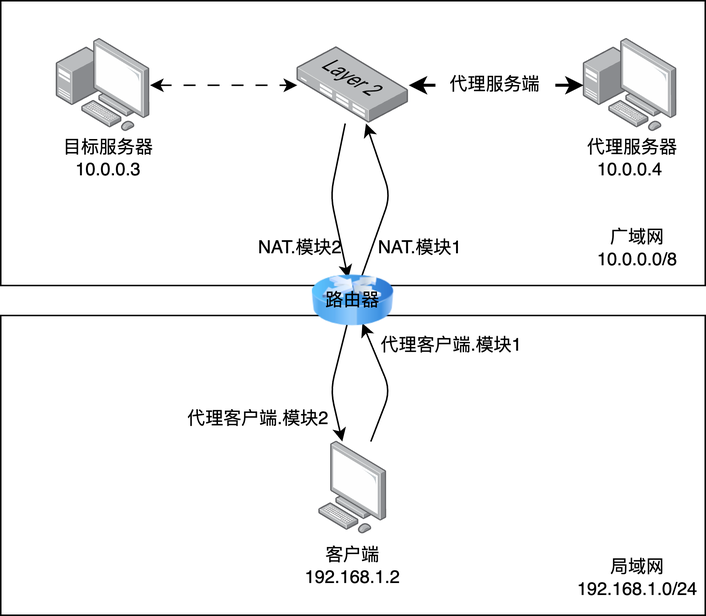
Above: proxy_pos.png in N2Sys-EDU/Lab3-Documentation (draw.io), before the change. Source tidied: cells renumbered, new cells last; positions are measured from the earlier drawing's top-left corner, leaving out a move shared by most shapes.
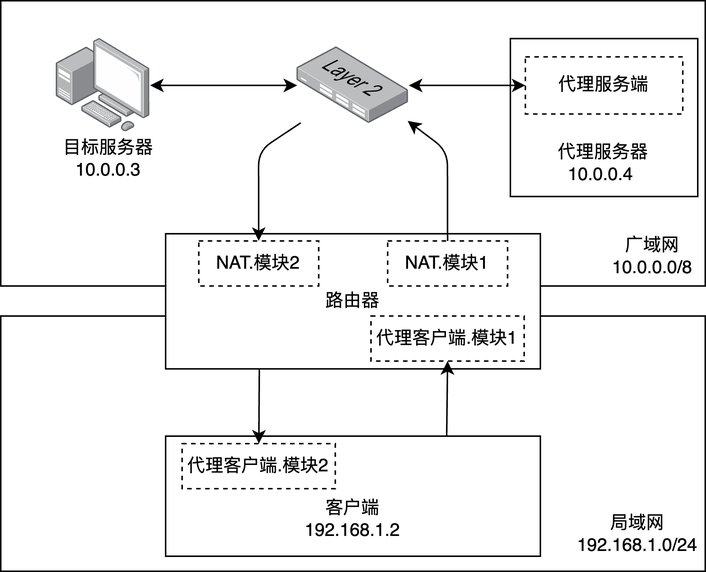
Later version of the same file.

The edit, as a diff of the source:
```diff
@@ -5,93 +5,79 @@
     <mxCell id="2" style="rounded=0;whiteSpace=wrap;html=1;" parent="1" vertex="1">
       <mxGeometry width="470" height="190" as="geometry" />
     </mxCell>
-    <mxCell id="3" style="rounded=0;whiteSpace=wrap;html=1;" parent="1" vertex="1">
-      <mxGeometry y="210" width="470" height="200" as="geometry" />
+    <mxCell id="3" value="z" style="rounded=0;whiteSpace=wrap;html=1;" parent="1" vertex="1">
+      <mxGeometry y="210" width="470" height="170" as="geometry" />
     </mxCell>
-    <mxCell id="4" style="points=[];html=1;align=center;shadow=0;dashed=0;image;image=img/lib/allied_telesis/computer_and_terminals/Personal_Computer.svg;" parent="1" vertex="1">
-      <mxGeometry x="212.2" y="294.1" width="45.6" height="61.8" as="geometry" />
-    </mxCell>
-    <mxCell id="5" value="客户端&lt;br&gt;192.168.1.2" style="text;html=1;strokeColor=none;fillColor=none;align=center;verticalAlign=middle;whiteSpace=wrap;rounded=0;" parent="1" vertex="1">
-      <mxGeometry x="195" y="361.8" width="80" height="30" as="geometry" />
-    </mxCell>
     <mxCell id="6" value="局域网&lt;br&gt;192.168.1.0/24" style="text;html=1;strokeColor=none;fillColor=none;align=center;verticalAlign=middle;whiteSpace=wrap;rounded=0;" parent="1" vertex="1">
-      <mxGeometry x="395" y="370" width="60" height="30" as="geometry" />
+      <mxGeometry x="395" y="340" width="60" height="30" as="geometry" />
     </mxCell>
     <mxCell id="7" value="广域网&lt;br&gt;10.0.0.0/8" style="text;html=1;strokeColor=none;fillColor=none;align=center;verticalAlign=middle;whiteSpace=wrap;rounded=0;" parent="1" vertex="1">
-      <mxGeometry x="395" y="150.4" width="60" height="30" as="geometry" />
+      <mxGeometry x="405" y="155.2" width="60" height="30" as="geometry" />
     </mxCell>
     <mxCell id="8" style="points=[];html=1;align=center;shadow=0;dashed=0;image;image=img/lib/allied_telesis/computer_and_terminals/Personal_Computer_with_Server.svg;" parent="1" vertex="1">
       <mxGeometry x="37.2" y="25.2" width="62.4" height="62.4" as="geometry" />
     </mxCell>
-    <mxCell id="9" style="points=[];html=1;align=center;shadow=0;dashed=0;image;image=img/lib/allied_telesis/computer_and_terminals/Personal_Computer_with_Server.svg;" parent="1" vertex="1">
-      <mxGeometry x="388.8" y="25.2" width="62.4" height="62.4" as="geometry" />
-    </mxCell>
-    <mxCell id="10" style="endArrow=classic;startArrow=classic;html=1;dashed=1;dashPattern=8 8;" parent="1" edge="1" source="8" target="14">
+    <mxCell id="10" style="endArrow=classic;startArrow=classic;html=1;" parent="1" edge="1" source="8" target="14">
       <mxGeometry relative="1" as="geometry" />
     </mxCell>
     <mxCell id="11" value="目标服务器10.0.0.3" style="text;html=1;strokeColor=none;fillColor=none;align=center;verticalAlign=middle;whiteSpace=wrap;rounded=0;" parent="1" vertex="1">
       <mxGeometry x="37.2" y="90" width="70" height="30" as="geometry" />
     </mxCell>
+    <mxCell id="14" style="points=[];html=1;align=center;shadow=0;dashed=0;image;image=img/lib/allied_telesis/switch/Switch_24_port_L2.svg;" parent="1" vertex="1">
+      <mxGeometry x="197.8" y="30.9" width="74.4" height="51" as="geometry" />
+    </mxCell>
+    <mxCell id="25" value="路由器" style="rounded=0;whiteSpace=wrap;html=1;" parent="1" vertex="1">
+      <mxGeometry x="110" y="155.2" width="250" height="90" as="geometry" />
+    </mxCell>
+    <mxCell id="19" value="NAT.模块1" style="text;html=1;strokeColor=default;fillColor=none;align=center;verticalAlign=middle;whiteSpace=wrap;rounded=0;dashed=1;" parent="1" vertex="1">
+      <mxGeometry x="258.1" y="160" width="80" height="30" as="geometry" />
+    </mxCell>
+    <mxCell id="20" value="NAT.模块2" style="text;html=1;strokeColor=default;fillColor=none;align=center;verticalAlign=middle;whiteSpace=wrap;rounded=0;dashed=1;" parent="1" vertex="1">
+      <mxGeometry x="132.1" y="160" width="80" height="30" as="geometry" />
+    </mxCell>
+    <mxCell id="22" value="代理客户端.模块1" style="text;html=1;strokeColor=default;fillColor=none;align=center;verticalAlign=middle;whiteSpace=wrap;rounded=0;dashed=1;" parent="1" vertex="1">
+      <mxGeometry x="247" y="210" width="102.2" height="30" as="geometry" />
+    </mxCell>
+    <mxCell id="27" style="rounded=0;whiteSpace=wrap;html=1;" parent="1" vertex="1">
+      <mxGeometry x="110" y="290" width="250" height="80" as="geometry" />
+    </mxCell>
+    <mxCell id="5" value="客户端&lt;br&gt;192.168.1.2" style="text;html=1;strokeColor=none;fillColor=none;align=center;verticalAlign=middle;whiteSpace=wrap;rounded=0;" parent="1" vertex="1">
+      <mxGeometry x="195" y="330" width="80" height="30" as="geometry" />
+    </mxCell>
+    <mxCell id="24" value="代理客户端.模块2" style="text;html=1;strokeColor=default;fillColor=none;align=center;verticalAlign=middle;whiteSpace=wrap;rounded=0;dashed=1;" parent="1" vertex="1">
+      <mxGeometry x="121" y="295" width="102.2" height="30" as="geometry" />
+    </mxCell>
+    <mxCell id="28" style="endArrow=classic;html=1;exitX=0.25;exitY=1;exitDx=0;exitDy=0;" parent="1" edge="1" source="25" target="24">
+      <mxGeometry relative="1" as="geometry" />
+    </mxCell>
+    <mxCell id="29" style="endArrow=classic;html=1;exitX=0.75;exitY=0;exitDx=0;exitDy=0;entryX=0.5;entryY=1;entryDx=0;entryDy=0;" parent="1" edge="1" source="27" target="22">
+      <mxGeometry relative="1" as="geometry" />
+    </mxCell>
+    <mxCell id="30" style="endArrow=classic;html=1;entryX=0.99;entryY=0.963;entryDx=0;entryDy=0;entryPerimeter=0;exitX=0.5;exitY=0;exitDx=0;exitDy=0;" parent="1" edge="1" source="19" target="14">
+      <mxGeometry relative="1" as="geometry">
+        <Array as="points">
+          <mxPoint x="298" y="100" />
+        </Array>
+      </mxGeometry>
+    </mxCell>
+    <mxCell id="31" style="endArrow=classic;html=1;exitX=0.031;exitY=0.989;exitDx=0;exitDy=0;exitPerimeter=0;entryX=0.5;entryY=0;entryDx=0;entryDy=0;" parent="1" edge="1" source="14" target="20">
+      <mxGeometry relative="1" as="geometry">
+        <Array as="points">
+          <mxPoint x="172" y="100" />
+        </Array>
+      </mxGeometry>
+    </mxCell>
+    <mxCell id="32" style="rounded=0;whiteSpace=wrap;html=1;strokeColor=default;fillColor=none;" parent="1" vertex="1">
+      <mxGeometry x="340" y="25.2" width="125" height="105.2" as="geometry" />
+    </mxCell>
     <mxCell id="12" value="&amp;nbsp;代理服务器&lt;br&gt;10.0.0.4" style="text;html=1;strokeColor=none;fillColor=none;align=center;verticalAlign=middle;whiteSpace=wrap;rounded=0;" parent="1" vertex="1">
-      <mxGeometry x="385" y="90" width="70" height="30" as="geometry" />
+      <mxGeometry x="353.1" y="87.6" width="95" height="40" as="geometry" />
     </mxCell>
-    <mxCell id="13" style="endArrow=classic;startArrow=none;html=1;strokeWidth=2;" parent="1" edge="1" source="16" target="14">
+    <mxCell id="13" style="edgeStyle=none;html=1;exitX=0;exitY=0.5;exitDx=0;exitDy=0;startArrow=classic;startFill=1;" parent="1" edge="1" source="16" target="14">
       <mxGeometry relative="1" as="geometry" />
     </mxCell>
-    <mxCell id="14" style="points=[];html=1;align=center;shadow=0;dashed=0;image;image=img/lib/allied_telesis/switch/Switch_24_port_L2.svg;" parent="1" vertex="1">
-      <mxGeometry x="197.8" y="30.9" width="74.4" height="51" as="geometry" />
-    </mxCell>
-    <mxCell id="15" style="endArrow=none;startArrow=classic;html=1;strokeWidth=2;" parent="1" edge="1" source="9" target="16">
-      <mxGeometry relative="1" as="geometry" />
-    </mxCell>
-    <mxCell id="16" value="代理服务端" style="text;html=1;strokeColor=none;fillColor=none;align=center;verticalAlign=middle;whiteSpace=wrap;rounded=0;" parent="1" vertex="1">
-      <mxGeometry x="290" y="41.4" width="80" height="30" as="geometry" />
+    <mxCell id="16" value="代理服务端" style="rounded=0;whiteSpace=wrap;html=1;strokeColor=default;fillColor=none;dashed=1;" parent="1" vertex="1">
+      <mxGeometry x="350" y="37.3" width="105" height="38.1" as="geometry" />
     </mxCell>
-    <mxCell id="17" style="endArrow=classic;html=1;fontColor=#000000;" parent="1" edge="1" source="26" target="14">
-      <mxGeometry relative="1" as="geometry">
-        <Array as="points">
-          <mxPoint x="260" y="130" />
-        </Array>
-      </mxGeometry>
-    </mxCell>
-    <mxCell id="18" style="endArrow=classic;html=1;fontColor=#000000;" parent="1" edge="1" source="14" target="26">
-      <mxGeometry relative="1" as="geometry">
-        <Array as="points">
-          <mxPoint x="220" y="130" />
-        </Array>
-      </mxGeometry>
-    </mxCell>
-    <mxCell id="19" value="NAT.模块1" style="text;html=1;strokeColor=none;fillColor=none;align=center;verticalAlign=middle;whiteSpace=wrap;rounded=0;" parent="1" vertex="1">
-      <mxGeometry x="240" y="150.4" width="80" height="30" as="geometry" />
-    </mxCell>
-    <mxCell id="20" value="NAT.模块2" style="text;html=1;strokeColor=none;fillColor=none;align=center;verticalAlign=middle;whiteSpace=wrap;rounded=0;" parent="1" vertex="1">
-      <mxGeometry x="160" y="150.4" width="80" height="30" as="geometry" />
-    </mxCell>
-    <mxCell id="21" style="endArrow=classic;html=1;fontColor=#000000;" parent="1" edge="1" source="4" target="26">
-      <mxGeometry relative="1" as="geometry">
-        <Array as="points">
-          <mxPoint x="260" y="260" />
-        </Array>
-      </mxGeometry>
-    </mxCell>
-    <mxCell id="22" value="代理客户端.模块1" style="text;html=1;strokeColor=none;fillColor=none;align=center;verticalAlign=middle;whiteSpace=wrap;rounded=0;" parent="1" vertex="1">
-      <mxGeometry x="250" y="215.2" width="102.2" height="30" as="geometry" />
-    </mxCell>
-    <mxCell id="23" style="endArrow=classic;html=1;fontColor=#000000;" parent="1" edge="1" source="26" target="4">
-      <mxGeometry relative="1" as="geometry">
-        <Array as="points">
-          <mxPoint x="220" y="260" />
-        </Array>
-      </mxGeometry>
-    </mxCell>
-    <mxCell id="24" value="代理客户端.模块2" style="text;html=1;strokeColor=none;fillColor=none;align=center;verticalAlign=middle;whiteSpace=wrap;rounded=0;" parent="1" vertex="1">
-      <mxGeometry x="121" y="264.1" width="102.2" height="30" as="geometry" />
-    </mxCell>
-    <mxCell id="25" style="image;html=1;image=img/lib/clip_art/networking/Router_Icon_128x128.png;" parent="1" vertex="1">
-      <mxGeometry x="207.6" y="172.8" width="54.8" height="54.8" as="geometry" />
-    </mxCell>
-    <mxCell id="26" value="路由器" style="text;html=1;strokeColor=none;fillColor=none;align=center;verticalAlign=middle;whiteSpace=wrap;rounded=0;fontColor=#000000;" parent="1" vertex="1">
-      <mxGeometry x="195" y="185.2" width="80" height="30" as="geometry" />
-    </mxCell>
   </root>
 </mxGraphModel>
```
